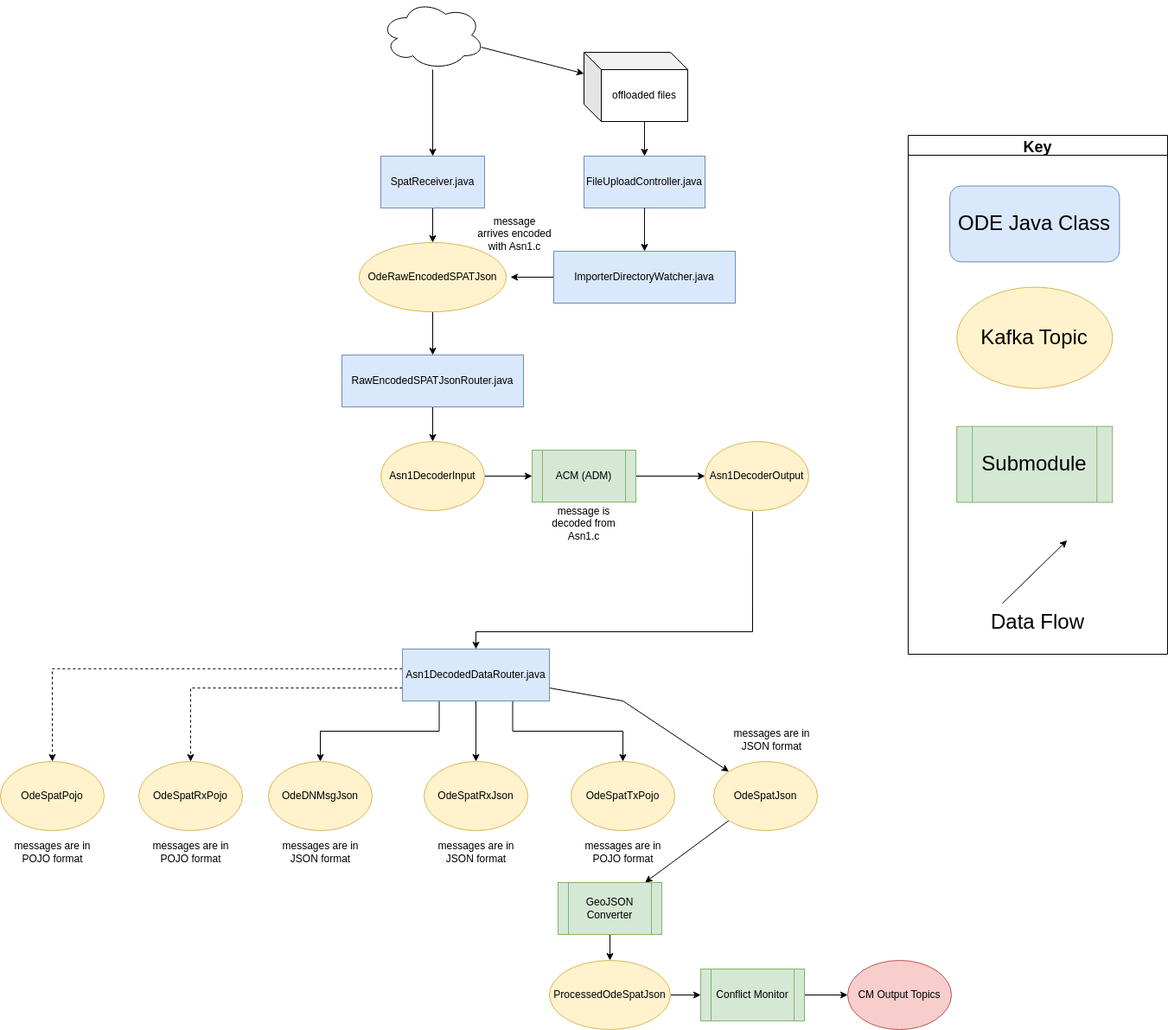
Above: docs/data-flow-diagrams/spat/SPAT Data Flow.drawio.png in CDOT-CV/jpo-ode (draw.io), before the change. Source tidied: cells renumbered, new cells last; positions are measured from the earlier drawing's top-left corner, leaving out a move shared by most shapes.
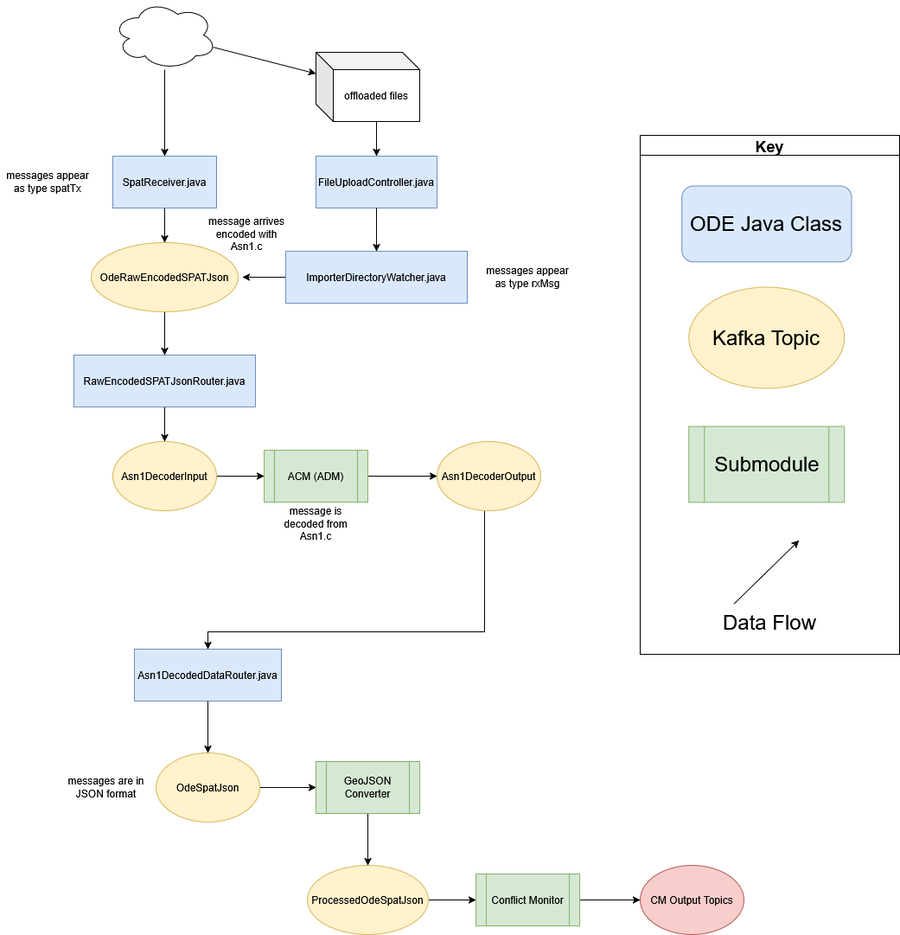
Later version of the same file.

The edit, as a diff of the source:
```diff
@@ -2,28 +2,9 @@
   <root>
     <mxCell id="0" />
     <mxCell id="1" parent="0" />
-    <mxCell id="2" style="edgeStyle=orthogonalEdgeStyle;rounded=0;jettySize=auto;html=1;exitX=0.25;exitY=1;exitDx=0;exitDy=0;" parent="1" edge="1" source="8" target="30">
-      <mxGeometry relative="1" as="geometry" />
-    </mxCell>
-    <mxCell id="3" style="edgeStyle=orthogonalEdgeStyle;rounded=0;jettySize=auto;html=1;" parent="1" edge="1" source="8" target="31">
-      <mxGeometry relative="1" as="geometry" />
-    </mxCell>
-    <mxCell id="4" style="edgeStyle=orthogonalEdgeStyle;rounded=0;jettySize=auto;html=1;exitX=0.75;exitY=1;exitDx=0;exitDy=0;" parent="1" edge="1" source="8" target="32">
-      <mxGeometry relative="1" as="geometry" />
-    </mxCell>
-    <mxCell id="5" style="rounded=0;jettySize=auto;html=1;" parent="1" edge="1" source="8" target="34">
-      <mxGeometry relative="1" as="geometry">
-        <Array as="points">
-          <mxPoint x="720" y="810" />
-        </Array>
-      </mxGeometry>
+    <mxCell id="5" style="rounded=0;jettySize=auto;html=1;exitX=0.5;exitY=1;exitDx=0;exitDy=0;entryX=0.5;entryY=0;entryDx=0;entryDy=0;" parent="1" edge="1" source="8" target="34">
+      <mxGeometry relative="1" as="geometry" />
     </mxCell>
-    <mxCell id="6" style="edgeStyle=orthogonalEdgeStyle;rounded=0;jettySize=auto;html=1;dashed=1;exitX=0;exitY=0.75;exitDx=0;exitDy=0;" parent="1" edge="1" source="8" target="36">
-      <mxGeometry relative="1" as="geometry" />
-    </mxCell>
-    <mxCell id="7" style="edgeStyle=orthogonalEdgeStyle;rounded=0;jettySize=auto;html=1;dashed=1;exitX=-0.001;exitY=0.38;exitDx=0;exitDy=0;exitPerimeter=0;" parent="1" edge="1" source="8" target="35">
-      <mxGeometry relative="1" as="geometry" />
-    </mxCell>
     <mxCell id="8" value="Asn1DecodedDataRouter.java" style="rounded=0;whiteSpace=wrap;html=1;fillColor=#dae8fc;strokeColor=#6c8ebf;" parent="1" vertex="1">
       <mxGeometry x="465" y="750" width="170" height="60" as="geometry" />
     </mxCell>
@@ -98,71 +79,41 @@
     <mxCell id="29" value="&lt;font style=&quot;font-size: 24px&quot;&gt;ODE Java Class&lt;/font&gt;" style="rounded=1;whiteSpace=wrap;html=1;fillColor=#dae8fc;strokeColor=#6c8ebf;labelBackgroundColor=none;" parent="26" vertex="1">
       <mxGeometry x="48.1" y="58.5" width="196.2" height="87.8" as="geometry" />
     </mxCell>
-    <mxCell id="30" value="OdeDNMsgJson" style="ellipse;whiteSpace=wrap;html=1;fillColor=#fff2cc;strokeColor=#d6b656;" parent="1" vertex="1">
-      <mxGeometry x="310" y="880" width="120" height="80" as="geometry" />
-    </mxCell>
-    <mxCell id="31" value="OdeSpatRxJson" style="ellipse;whiteSpace=wrap;html=1;fillColor=#fff2cc;strokeColor=#d6b656;" parent="1" vertex="1">
-      <mxGeometry x="490" y="880" width="120" height="80" as="geometry" />
-    </mxCell>
-    <mxCell id="32" value="OdeSpatTxPojo" style="ellipse;whiteSpace=wrap;html=1;fillColor=#fff2cc;strokeColor=#d6b656;" parent="1" vertex="1">
-      <mxGeometry x="660" y="880" width="120" height="80" as="geometry" />
-    </mxCell>
-    <mxCell id="33" style="rounded=0;jettySize=auto;html=1;exitX=0;exitY=1;exitDx=0;exitDy=0;" parent="1" edge="1" source="34" target="46">
+    <mxCell id="33" style="rounded=0;jettySize=auto;html=1;exitX=1;exitY=0.5;exitDx=0;exitDy=0;entryX=0;entryY=0.5;entryDx=0;entryDy=0;" parent="1" edge="1" source="34" target="46">
       <mxGeometry relative="1" as="geometry" />
     </mxCell>
     <mxCell id="34" value="OdeSpatJson" style="ellipse;whiteSpace=wrap;html=1;fillColor=#fff2cc;strokeColor=#d6b656;" parent="1" vertex="1">
-      <mxGeometry x="825" y="880" width="120" height="80" as="geometry" />
+      <mxGeometry x="490" y="870" width="120" height="80" as="geometry" />
     </mxCell>
-    <mxCell id="35" value="OdeSpatPojo" style="ellipse;whiteSpace=wrap;html=1;fillColor=#fff2cc;strokeColor=#d6b656;" parent="1" vertex="1">
-      <mxGeometry y="880" width="120" height="80" as="geometry" />
-    </mxCell>
-    <mxCell id="36" value="OdeSpatRxPojo" style="ellipse;whiteSpace=wrap;html=1;fillColor=#fff2cc;strokeColor=#d6b656;" parent="1" vertex="1">
-      <mxGeometry x="160" y="880" width="120" height="80" as="geometry" />
-    </mxCell>
     <mxCell id="37" value="message is decoded from Asn1.c" style="text;html=1;strokeColor=none;fillColor=none;align=center;verticalAlign=middle;whiteSpace=wrap;rounded=0;" parent="1" vertex="1">
       <mxGeometry x="620" y="580" width="110" height="50" as="geometry" />
     </mxCell>
     <mxCell id="38" value="&lt;font style=&quot;font-size: 24px&quot;&gt;Data Flow&lt;/font&gt;" style="text;html=1;strokeColor=none;fillColor=none;align=center;verticalAlign=middle;whiteSpace=wrap;rounded=0;labelBackgroundColor=none;" parent="1" vertex="1">
       <mxGeometry x="1140" y="697.5" width="120" height="43.9" as="geometry" />
     </mxCell>
-    <mxCell id="39" value="messages are in JSON format" style="text;html=1;strokeColor=none;fillColor=none;align=center;verticalAlign=middle;whiteSpace=wrap;rounded=0;" parent="1" vertex="1">
-      <mxGeometry x="317.5" y="960" width="105" height="50" as="geometry" />
-    </mxCell>
-    <mxCell id="40" value="messages are in JSON format" style="text;html=1;strokeColor=none;fillColor=none;align=center;verticalAlign=middle;whiteSpace=wrap;rounded=0;" parent="1" vertex="1">
-      <mxGeometry x="497.5" y="960" width="105" height="50" as="geometry" />
-    </mxCell>
-    <mxCell id="41" value="messages are in POJO format" style="text;html=1;strokeColor=none;fillColor=none;align=center;verticalAlign=middle;whiteSpace=wrap;rounded=0;" parent="1" vertex="1">
-      <mxGeometry x="667.5" y="960" width="105" height="50" as="geometry" />
-    </mxCell>
     <mxCell id="42" value="messages are in JSON format" style="text;html=1;strokeColor=none;fillColor=none;align=center;verticalAlign=middle;whiteSpace=wrap;rounded=0;" parent="1" vertex="1">
-      <mxGeometry x="840" y="830" width="105" height="50" as="geometry" />
+      <mxGeometry x="380" y="885" width="105" height="50" as="geometry" />
     </mxCell>
-    <mxCell id="43" value="messages are in POJO format" style="text;html=1;strokeColor=none;fillColor=none;align=center;verticalAlign=middle;whiteSpace=wrap;rounded=0;" parent="1" vertex="1">
-      <mxGeometry x="167.5" y="960" width="105" height="50" as="geometry" />
-    </mxCell>
-    <mxCell id="44" value="messages are in POJO format" style="text;html=1;strokeColor=none;fillColor=none;align=center;verticalAlign=middle;whiteSpace=wrap;rounded=0;" parent="1" vertex="1">
-      <mxGeometry x="7.5" y="960" width="105" height="50" as="geometry" />
-    </mxCell>
     <mxCell id="45" style="edgeStyle=orthogonalEdgeStyle;rounded=0;jettySize=auto;html=1;" parent="1" edge="1" source="46" target="51">
       <mxGeometry relative="1" as="geometry" />
     </mxCell>
     <mxCell id="46" value="GeoJSON Converter" style="shape=process;whiteSpace=wrap;html=1;backgroundOutline=1;fillColor=#d5e8d4;strokeColor=#82b366;" parent="1" vertex="1">
-      <mxGeometry x="645" y="1020" width="120" height="60" as="geometry" />
+      <mxGeometry x="675" y="880" width="120" height="60" as="geometry" />
     </mxCell>
-    <mxCell id="47" style="edgeStyle=none;rounded=0;jettySize=auto;html=1;" parent="1" edge="1" source="48" target="49">
+    <mxCell id="47" style="edgeStyle=none;rounded=0;jettySize=auto;html=1;exitX=1;exitY=0.5;exitDx=0;exitDy=0;" parent="1" edge="1" source="48" target="49">
       <mxGeometry relative="1" as="geometry" />
     </mxCell>
     <mxCell id="48" value="Conflict Monitor" style="shape=process;whiteSpace=wrap;html=1;backgroundOutline=1;fillColor=#d5e8d4;strokeColor=#82b366;" parent="1" vertex="1">
-      <mxGeometry x="810" y="1120" width="120" height="60" as="geometry" />
+      <mxGeometry x="860" y="1010" width="120" height="60" as="geometry" />
     </mxCell>
     <mxCell id="49" value="CM Output Topics" style="ellipse;whiteSpace=wrap;html=1;fillColor=#f8cecc;strokeColor=#b85450;" parent="1" vertex="1">
-      <mxGeometry x="980" y="1110" width="120" height="80" as="geometry" />
+      <mxGeometry x="1050" y="1000" width="120" height="80" as="geometry" />
     </mxCell>
     <mxCell id="50" style="edgeStyle=orthogonalEdgeStyle;rounded=0;jettySize=auto;html=1;" parent="1" edge="1" source="51" target="48">
       <mxGeometry relative="1" as="geometry" />
     </mxCell>
     <mxCell id="51" value="ProcessedOdeSpatJson" style="ellipse;whiteSpace=wrap;html=1;fillColor=#fff2cc;strokeColor=#d6b656;" parent="1" vertex="1">
-      <mxGeometry x="635" y="1110" width="140" height="80" as="geometry" />
+      <mxGeometry x="665" y="1000" width="140" height="80" as="geometry" />
     </mxCell>
     <mxCell id="52" style="edgeStyle=orthogonalEdgeStyle;rounded=0;jettySize=auto;html=1;exitX=0;exitY=0;exitDx=70;exitDy=80;exitPerimeter=0;entryX=0.5;entryY=0;entryDx=0;entryDy=0;" parent="1" edge="1" source="53" target="54">
       <mxGeometry relative="1" as="geometry" />
@@ -187,5 +138,11 @@
     <mxCell id="58" value="&lt;span&gt;message arrives encoded with Asn1.c&lt;/span&gt;" style="text;html=1;strokeColor=none;fillColor=none;align=center;verticalAlign=middle;whiteSpace=wrap;rounded=0;" parent="1" vertex="1">
       <mxGeometry x="550" y="240" width="90" height="60" as="geometry" />
     </mxCell>
+    <mxCell id="59" value="messages appear as type rxMsg" style="text;html=1;strokeColor=none;fillColor=none;align=center;verticalAlign=middle;whiteSpace=wrap;rounded=0;" parent="1" vertex="1">
+      <mxGeometry x="865" y="290" width="110" height="60" as="geometry" />
+    </mxCell>
+    <mxCell id="60" value="messages appear as type spatTx" style="text;html=1;strokeColor=none;fillColor=none;align=center;verticalAlign=middle;whiteSpace=wrap;rounded=0;" parent="1" vertex="1">
+      <mxGeometry x="310" y="180" width="110" height="60" as="geometry" />
+    </mxCell>
   </root>
 </mxGraphModel>
```
